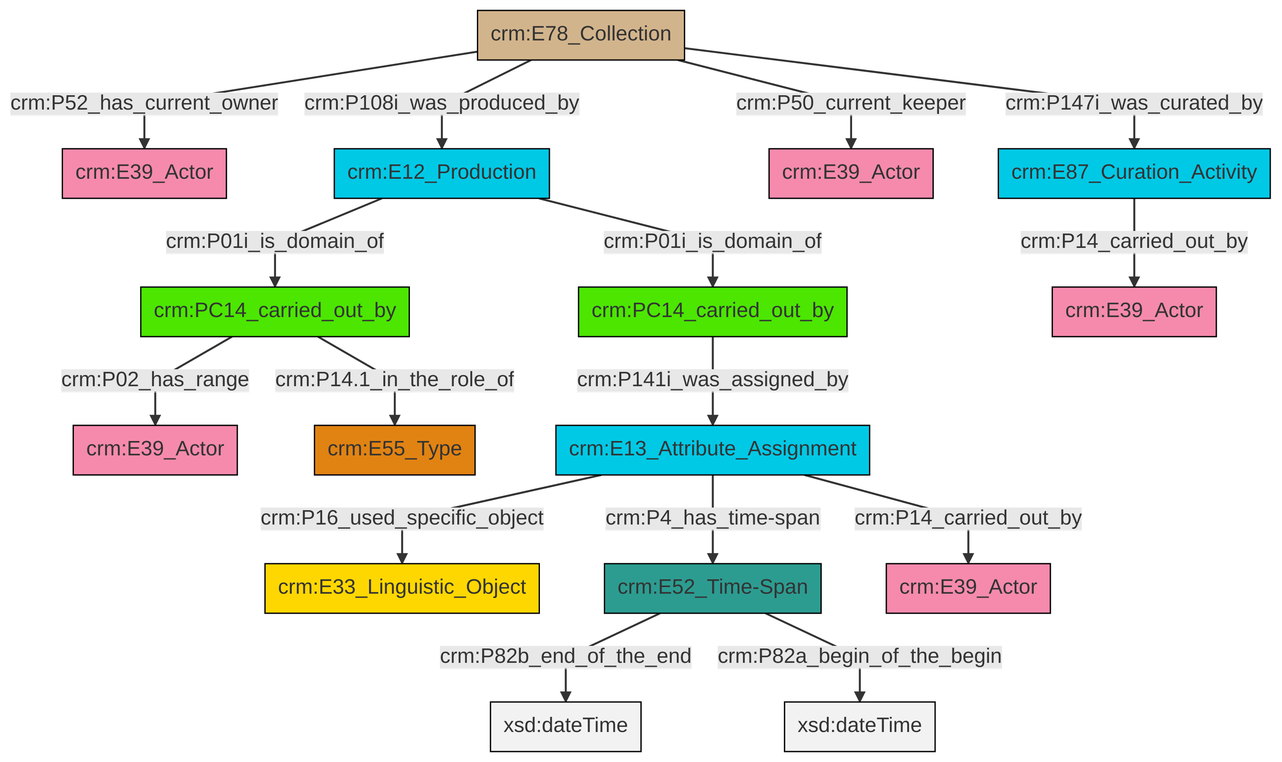
This is et/archivalCSV/ttl/mmd/png/archival_relation.png from swiss-art-research-net/docs.swissartresearch, a Mermaid export, as it was before one commit. Its source is kept beside it as et/archivalCSV/ttl/mmd/archival_relation.ttl.mmd.
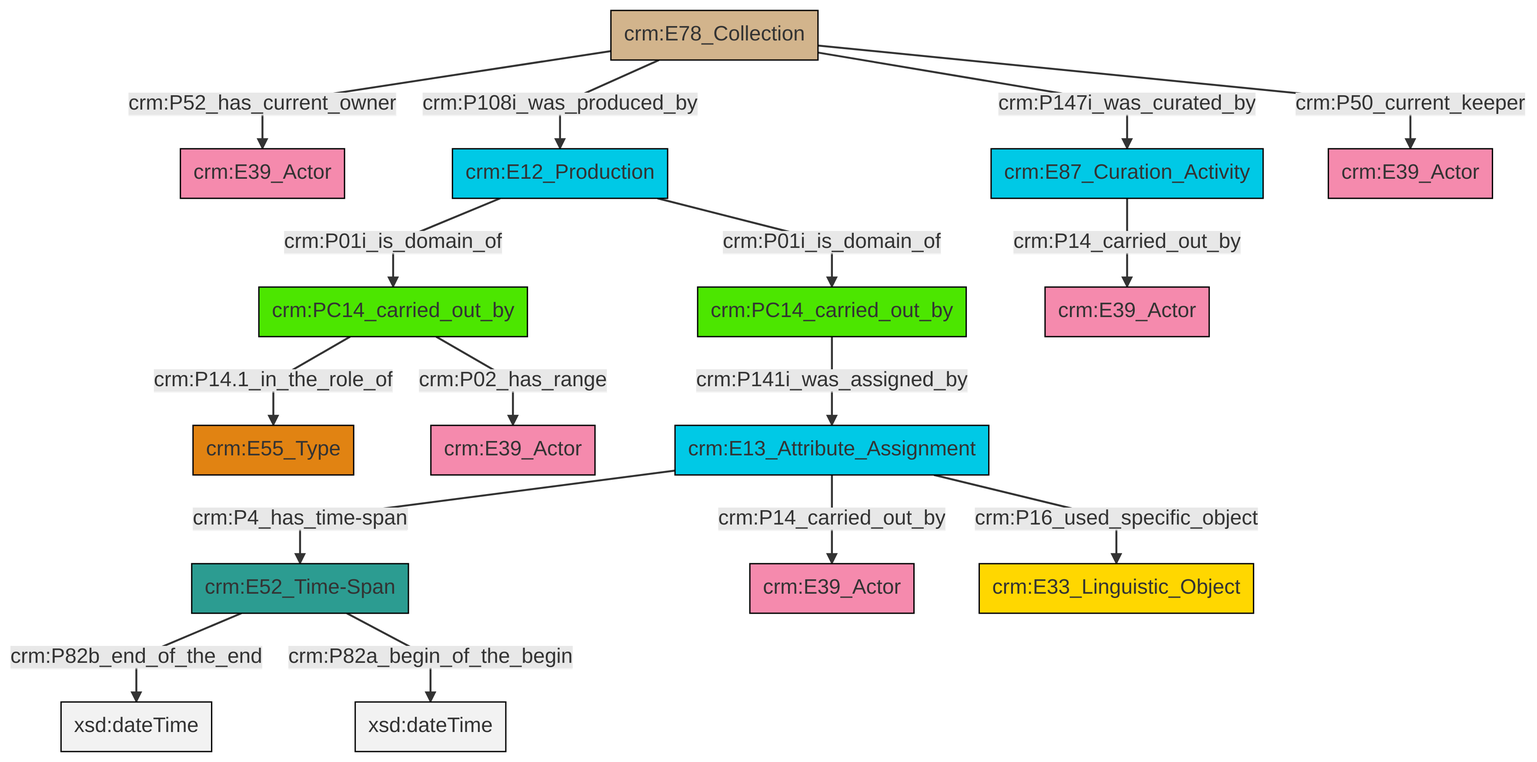
The same file after the commit.

Diff of the diagram source:
```diff
@@ -13,18 +13,18 @@
 classDef PC_Classes fill:#4ce600, stroke:#000000;
 classDef Multi fill:#cccccc,stroke:#000000;
 
-4["crm:E52_Time-Span"]:::Time-Span -->|crm:P82b_end_of_the_end| 5[xsd:dateTime]:::Literal
-6["crm:E13_Attribute_Assignment"]:::Temporal_Entity -->|crm:P16_used_specific_object| 7["crm:E33_Linguistic_Object"]:::Conceptual_Object
-0["crm:E12_Production"]:::Temporal_Entity -->|crm:P01i_is_domain_of| 8["crm:PC14_carried_out_by"]:::PC_Classes
-8["crm:PC14_carried_out_by"]:::PC_Classes -->|crm:P02_has_range| 9["crm:E39_Actor"]:::Actor
-11["crm:E78_Collection"]:::Physical_Thing -->|crm:P52_has_current_owner| 12["crm:E39_Actor"]:::Actor
-11["crm:E78_Collection"]:::Physical_Thing -->|crm:P108i_was_produced_by| 0["crm:E12_Production"]:::Temporal_Entity
-11["crm:E78_Collection"]:::Physical_Thing -->|crm:P50_current_keeper| 14["crm:E39_Actor"]:::Actor
-0["crm:E12_Production"]:::Temporal_Entity -->|crm:P01i_is_domain_of| 15["crm:PC14_carried_out_by"]:::PC_Classes
-4["crm:E52_Time-Span"]:::Time-Span -->|crm:P82a_begin_of_the_begin| 16[xsd:dateTime]:::Literal
-6["crm:E13_Attribute_Assignment"]:::Temporal_Entity -->|crm:P4_has_time-span| 4["crm:E52_Time-Span"]:::Time-Span
-22["crm:E87_Curation_Activity"]:::Temporal_Entity -->|crm:P14_carried_out_by| 25["crm:E39_Actor"]:::Actor
-8["crm:PC14_carried_out_by"]:::PC_Classes -->|crm:P14.1_in_the_role_of| 2["crm:E55_Type"]:::Type
-11["crm:E78_Collection"]:::Physical_Thing -->|crm:P147i_was_curated_by| 22["crm:E87_Curation_Activity"]:::Temporal_Entity
-6["crm:E13_Attribute_Assignment"]:::Temporal_Entity -->|crm:P14_carried_out_by| 17["crm:E39_Actor"]:::Actor
-15["crm:PC14_carried_out_by"]:::PC_Classes -->|crm:P141i_was_assigned_by| 6["crm:E13_Attribute_Assignment"]:::Temporal_Entity
+0["crm:E78_Collection"]:::Physical_Thing -->|crm:P52_has_current_owner| 1["crm:E39_Actor"]:::Actor
+0["crm:E78_Collection"]:::Physical_Thing -->|crm:P108i_was_produced_by| 2["crm:E12_Production"]:::Temporal_Entity
+3["crm:PC14_carried_out_by"]:::PC_Classes -->|crm:P02_has_range| 7["crm:E39_Actor"]:::Actor
+8["crm:E52_Time-Span"]:::Time-Span -->|crm:P82b_end_of_the_end| 9[xsd:dateTime]:::Literal
+10["crm:PC14_carried_out_by"]:::PC_Classes -->|crm:P141i_was_assigned_by| 13["crm:E13_Attribute_Assignment"]:::Temporal_Entity
+13["crm:E13_Attribute_Assignment"]:::Temporal_Entity -->|crm:P4_has_time-span| 8["crm:E52_Time-Span"]:::Time-Span
+0["crm:E78_Collection"]:::Physical_Thing -->|crm:P147i_was_curated_by| 15["crm:E87_Curation_Activity"]:::Temporal_Entity
+2["crm:E12_Production"]:::Temporal_Entity -->|crm:P01i_is_domain_of| 10["crm:PC14_carried_out_by"]:::PC_Classes
+15["crm:E87_Curation_Activity"]:::Temporal_Entity -->|crm:P14_carried_out_by| 20["crm:E39_Actor"]:::Actor
+0["crm:E78_Collection"]:::Physical_Thing -->|crm:P50_current_keeper| 22["crm:E39_Actor"]:::Actor
+8["crm:E52_Time-Span"]:::Time-Span -->|crm:P82a_begin_of_the_begin| 23[xsd:dateTime]:::Literal
+13["crm:E13_Attribute_Assignment"]:::Temporal_Entity -->|crm:P14_carried_out_by| 18["crm:E39_Actor"]:::Actor
+2["crm:E12_Production"]:::Temporal_Entity -->|crm:P01i_is_domain_of| 3["crm:PC14_carried_out_by"]:::PC_Classes
+3["crm:PC14_carried_out_by"]:::PC_Classes -->|crm:P14.1_in_the_role_of| 5["crm:E55_Type"]:::Type
+13["crm:E13_Attribute_Assignment"]:::Temporal_Entity -->|crm:P16_used_specific_object| 25["crm:E33_Linguistic_Object"]:::Conceptual_Object
```
